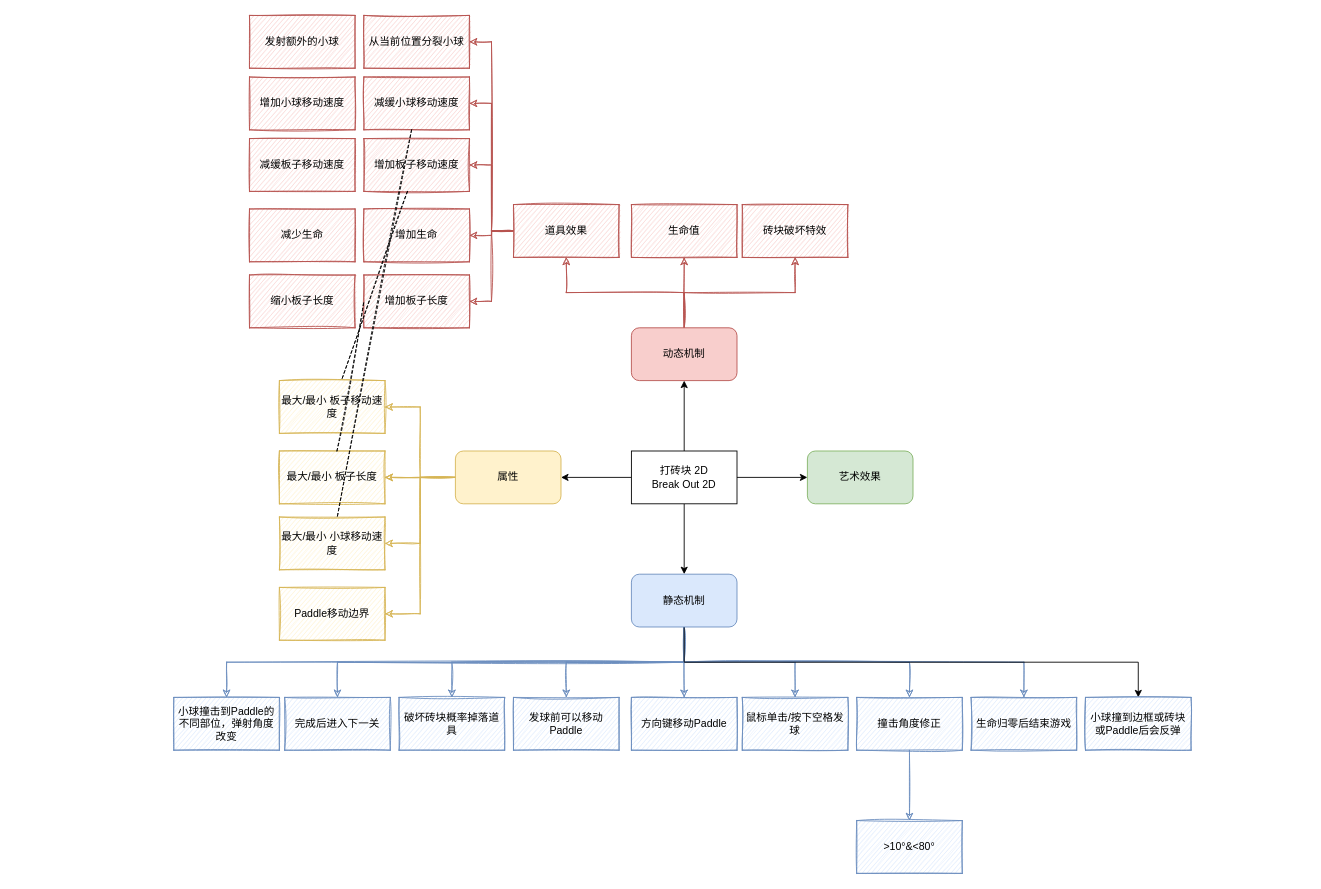
8cher/Breakout-2D keeps this draw.io diagram as page "Game Design" (1 of 2) of Brickout Game Design.drawio. Above is the earlier version. Source tidied: cells renumbered, new cells numbered last; positions are measured from the earlier drawing's top-left corner, leaving out a move shared by most shapes. Both pictures are drawn from the tidied source at 88%, with x=0, y=0 at pixel (173, 15).
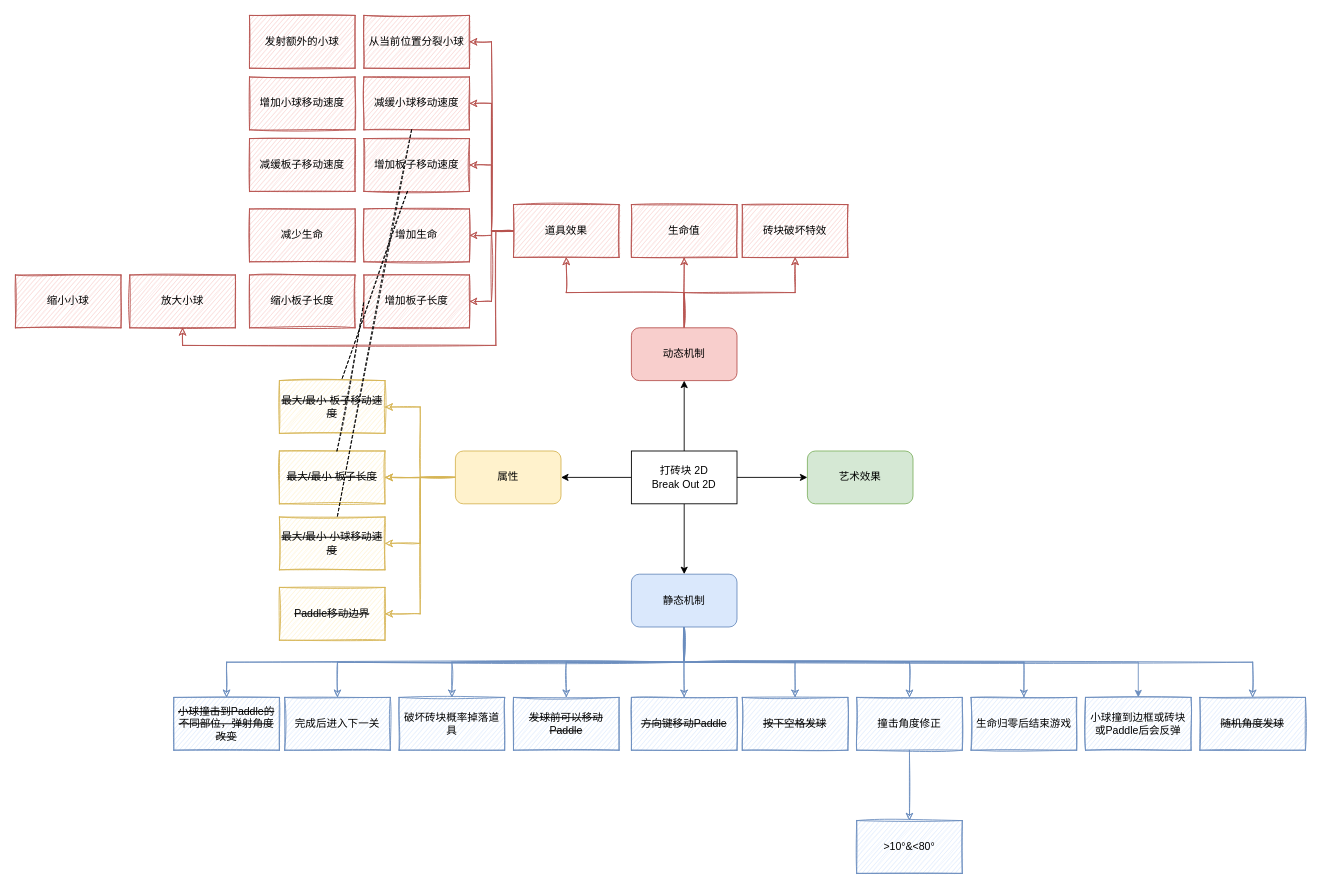
After the change.

The change refers to these unchanged cells:
```xml
<mxCell id="27" value="静态机制" style="whiteSpace=wrap;html=1;rounded=1;fillColor=#dae8fc;strokeColor=#6c8ebf;" parent="1" vertex="1">
  <mxGeometry x="520" y="635" width="120" height="60" as="geometry" />
</mxCell>
<mxCell id="43" value="道具效果" style="whiteSpace=wrap;html=1;rounded=0;strokeColor=#b85450;fillColor=#f8cecc;sketch=1;" parent="1" vertex="1">
  <mxGeometry x="386" y="215" width="120" height="60" as="geometry" />
</mxCell>
<mxCell id="62" value="小球撞到边框或砖块或Paddle后会反弹" style="whiteSpace=wrap;html=1;rounded=0;strokeColor=#6c8ebf;fillColor=#dae8fc;sketch=1;" parent="1" vertex="1">
  <mxGeometry x="1036" y="775" width="120" height="60" as="geometry" />
</mxCell>
```

What changed in the source:
```diff
@@
-    <mxCell id="26" style="edgeStyle=orthogonalEdgeStyle;rounded=0;jettySize=auto;html=1;exitX=0.5;exitY=1;exitDx=0;exitDy=0;" parent="1" edge="1" source="27" target="62">
+    <mxCell id="26" style="edgeStyle=orthogonalEdgeStyle;rounded=0;jettySize=auto;html=1;exitX=0.5;exitY=1;exitDx=0;exitDy=0;fillColor=#dae8fc;strokeColor=#6c8ebf;" parent="1" edge="1" source="27" target="62">
       <mxGeometry relative="1" as="geometry" />
     </mxCell>
+    <mxCell id="64" style="edgeStyle=orthogonalEdgeStyle;rounded=0;sketch=1;jettySize=auto;html=1;exitX=0.5;exitY=1;exitDx=0;exitDy=0;fillColor=#dae8fc;strokeColor=#6c8ebf;" parent="1" edge="1" source="27" target="65">
+      <mxGeometry relative="1" as="geometry" />
+    </mxCell>
@@
-    <mxCell id="28" value="方向键移动Paddle" style="whiteSpace=wrap;html=1;rounded=0;strokeColor=#6c8ebf;fillColor=#dae8fc;sketch=1;" parent="1" vertex="1">
+    <mxCell id="28" value="&lt;strike&gt;方向键移动Paddle&lt;/strike&gt;" style="whiteSpace=wrap;html=1;rounded=0;strokeColor=#6c8ebf;fillColor=#dae8fc;sketch=1;" parent="1" vertex="1">
       <mxGeometry x="520" y="775" width="120" height="60" as="geometry" />
     </mxCell>
-    <mxCell id="29" value="鼠标单击/按下空格发球" style="whiteSpace=wrap;html=1;rounded=0;strokeColor=#6c8ebf;fillColor=#dae8fc;sketch=1;" parent="1" vertex="1">
+    <mxCell id="29" value="&lt;strike&gt;按下空格发球&lt;/strike&gt;" style="whiteSpace=wrap;html=1;rounded=0;strokeColor=#6c8ebf;fillColor=#dae8fc;sketch=1;" parent="1" vertex="1">
       <mxGeometry x="646" y="775" width="120" height="60" as="geometry" />
     </mxCell>
@@
-    <mxCell id="31" value="发球前可以移动Paddle" style="whiteSpace=wrap;html=1;rounded=0;strokeColor=#6c8ebf;fillColor=#dae8fc;sketch=1;" parent="1" vertex="1">
+    <mxCell id="31" value="&lt;strike&gt;发球前可以移动Paddle&lt;/strike&gt;" style="whiteSpace=wrap;html=1;rounded=0;strokeColor=#6c8ebf;fillColor=#dae8fc;sketch=1;" parent="1" vertex="1">
       <mxGeometry x="386" y="775" width="120" height="60" as="geometry" />
     </mxCell>
@@
-    <mxCell id="37" value="最大/最小 板子长度" style="whiteSpace=wrap;html=1;rounded=0;strokeColor=#d6b656;fillColor=#fff2cc;sketch=1;" parent="1" vertex="1">
+    <mxCell id="37" value="&lt;strike&gt;最大/最小 板子长度&lt;/strike&gt;" style="whiteSpace=wrap;html=1;rounded=0;strokeColor=#d6b656;fillColor=#fff2cc;sketch=1;" parent="1" vertex="1">
       <mxGeometry x="120" y="495" width="120" height="60" as="geometry" />
     </mxCell>
@@
-    <mxCell id="50" value="最大/最小 板子移动速度" style="whiteSpace=wrap;html=1;rounded=0;strokeColor=#d6b656;fillColor=#fff2cc;sketch=1;" parent="1" vertex="1">
+    <mxCell id="50" value="&lt;strike&gt;最大/最小 板子移动速度&lt;/strike&gt;" style="whiteSpace=wrap;html=1;rounded=0;strokeColor=#d6b656;fillColor=#fff2cc;sketch=1;" parent="1" vertex="1">
       <mxGeometry x="120" y="415" width="120" height="60" as="geometry" />
     </mxCell>
-    <mxCell id="51" value="最大/最小 小球移动速度" style="whiteSpace=wrap;html=1;rounded=0;strokeColor=#d6b656;fillColor=#fff2cc;sketch=1;" parent="1" vertex="1">
+    <mxCell id="51" value="&lt;strike&gt;最大/最小 小球移动速度&lt;/strike&gt;" style="whiteSpace=wrap;html=1;rounded=0;strokeColor=#d6b656;fillColor=#fff2cc;sketch=1;" parent="1" vertex="1">
       <mxGeometry x="120" y="570" width="120" height="60" as="geometry" />
     </mxCell>
@@
-    <mxCell id="61" value="小球撞击到Paddle的不同部位，弹射角度改变" style="whiteSpace=wrap;html=1;rounded=0;strokeColor=#6c8ebf;fillColor=#dae8fc;sketch=1;" parent="1" vertex="1">
+    <mxCell id="61" value="&lt;strike&gt;小球撞击到Paddle的不同部位，弹射角度改变&lt;/strike&gt;" style="whiteSpace=wrap;html=1;rounded=0;strokeColor=#6c8ebf;fillColor=#dae8fc;sketch=1;" parent="1" vertex="1">
       <mxGeometry y="775" width="120" height="60" as="geometry" />
     </mxCell>
@@
-    <mxCell id="63" value="Paddle移动边界" style="whiteSpace=wrap;html=1;rounded=0;strokeColor=#d6b656;fillColor=#fff2cc;sketch=1;glass=0;shadow=0;absoluteArcSize=0;" parent="1" vertex="1">
+    <mxCell id="63" value="&lt;strike&gt;Paddle移动边界&lt;/strike&gt;" style="whiteSpace=wrap;html=1;rounded=0;strokeColor=#d6b656;fillColor=#fff2cc;sketch=1;glass=0;shadow=0;absoluteArcSize=0;" parent="1" vertex="1">
       <mxGeometry x="120" y="650" width="120" height="60" as="geometry" />
     </mxCell>
+    <mxCell id="65" value="&lt;strike&gt;随机角度发球&lt;/strike&gt;" style="whiteSpace=wrap;html=1;rounded=0;strokeColor=#6c8ebf;fillColor=#dae8fc;sketch=1;" parent="1" vertex="1">
+      <mxGeometry x="1166" y="775" width="120" height="60" as="geometry" />
+    </mxCell>
+    <mxCell id="66" style="edgeStyle=orthogonalEdgeStyle;rounded=0;sketch=1;jettySize=auto;html=1;entryX=0.5;entryY=1;entryDx=0;entryDy=0;fillColor=#f8cecc;strokeColor=#b85450;exitX=0;exitY=0.5;exitDx=0;exitDy=0;" parent="1" edge="1" source="43" target="67">
+      <mxGeometry relative="1" as="geometry">
+        <Array as="points">
+          <mxPoint x="366" y="245" />
+          <mxPoint x="366" y="375" />
+          <mxPoint x="10" y="375" />
+        </Array>
+      </mxGeometry>
+    </mxCell>
+    <mxCell id="67" value="放大小球" style="whiteSpace=wrap;html=1;rounded=0;strokeColor=#b85450;fillColor=#f8cecc;sketch=1;" parent="1" vertex="1">
+      <mxGeometry x="-50" y="295" width="120" height="60" as="geometry" />
+    </mxCell>
+    <mxCell id="68" value="缩小小球" style="whiteSpace=wrap;html=1;rounded=0;strokeColor=#b85450;fillColor=#f8cecc;sketch=1;" parent="1" vertex="1">
+      <mxGeometry x="-180" y="295" width="120" height="60" as="geometry" />
+    </mxCell>
```
